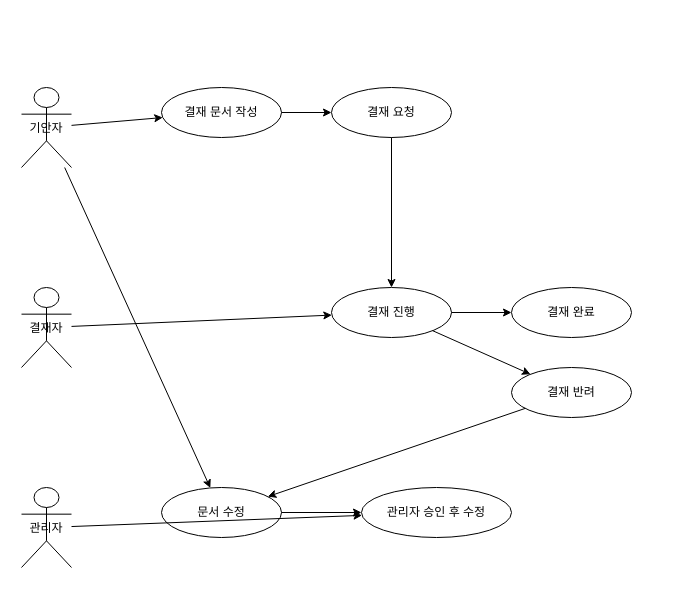
Before: document/다이어그램_결재함관리.drawio in sunday1284/jsp_spring02, a draw.io diagram. Source tidied: cells renumbered, new cells numbered last; positions are measured from the earlier drawing's top-left corner, leaving out a move shared by most shapes. Both pictures are drawn from the tidied source at 100%, with x=0, y=0 at pixel (21, 87).
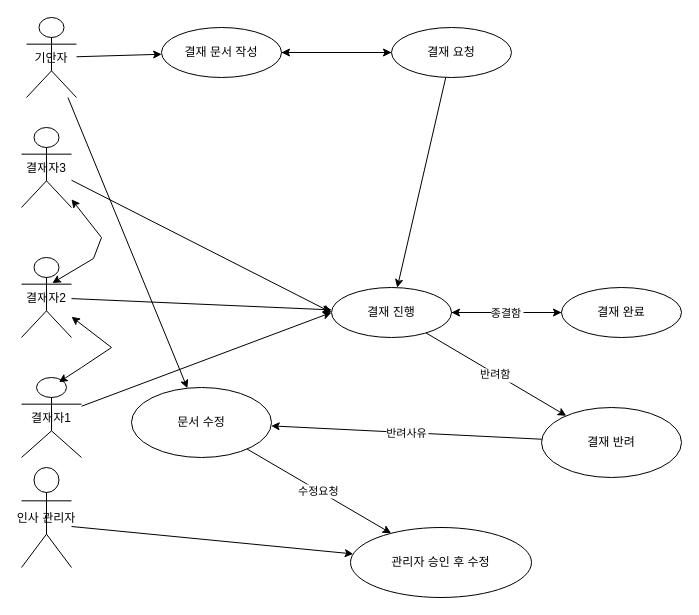
After the change.

Commit message:
다이어그램_결재함관리.drawio 업데이트

Unchanged cells that the change refers to:
```xml
<mxCell id="9" value="결재 진행" style="ellipse;whiteSpace=wrap;html=1;" parent="1" vertex="1">
  <mxGeometry x="310" y="200" width="120" height="50" as="geometry" />
</mxCell>
```

The edit, as a diff of the source:
```diff
@@
     <mxCell id="2" value="기안자" style="shape=umlActor;" parent="1" vertex="1">
-      <mxGeometry width="50" height="80" as="geometry" />
+      <mxGeometry x="5" y="-70" width="50" height="80" as="geometry" />
     </mxCell>
-    <mxCell id="3" value="결재자" style="shape=umlActor;" parent="1" vertex="1">
-      <mxGeometry y="200" width="50" height="80" as="geometry" />
+    <mxCell id="3" value="결재자2" style="shape=umlActor;" parent="1" vertex="1">
+      <mxGeometry y="170" width="50" height="80" as="geometry" />
     </mxCell>
-    <mxCell id="4" value="관리자" style="shape=umlActor;" parent="1" vertex="1">
-      <mxGeometry y="400" width="50" height="80" as="geometry" />
+    <mxCell id="4" value="인사 관리자" style="shape=umlActor;" parent="1" vertex="1">
+      <mxGeometry y="380" width="50" height="100" as="geometry" />
     </mxCell>
     <mxCell id="5" value="결재 문서 작성" style="ellipse;whiteSpace=wrap;html=1;" parent="1" vertex="1">
-      <mxGeometry x="140" width="120" height="50" as="geometry" />
+      <mxGeometry x="140" y="-60" width="120" height="50" as="geometry" />
     </mxCell>
@@
+    <mxCell id="22" style="edgeStyle=orthogonalEdgeStyle;rounded=0;jettySize=auto;html=1;" parent="1" edge="1" source="7" target="5">
+      <mxGeometry relative="1" as="geometry" />
+    </mxCell>
     <mxCell id="7" value="결재 요청" style="ellipse;whiteSpace=wrap;html=1;" parent="1" vertex="1">
-      <mxGeometry x="310" width="120" height="50" as="geometry" />
+      <mxGeometry x="370" y="-60" width="120" height="50" as="geometry" />
     </mxCell>
@@
+    <mxCell id="23" style="edgeStyle=orthogonalEdgeStyle;rounded=0;jettySize=auto;html=1;" parent="1" edge="1" source="12" target="9">
+      <mxGeometry relative="1" as="geometry" />
+    </mxCell>
     <mxCell id="12" value="결재 완료" style="ellipse;whiteSpace=wrap;html=1;" parent="1" vertex="1">
-      <mxGeometry x="490" y="200" width="120" height="50" as="geometry" />
+      <mxGeometry x="540" y="200" width="120" height="50" as="geometry" />
     </mxCell>
-    <mxCell id="13" parent="1" edge="1" source="9" target="12">
+    <mxCell id="13" value="종결함" parent="1" edge="1" source="9" target="12">
       <mxGeometry relative="1" as="geometry" />
     </mxCell>
     <mxCell id="14" value="결재 반려" style="ellipse;whiteSpace=wrap;html=1;" parent="1" vertex="1">
-      <mxGeometry x="490" y="280" width="120" height="50" as="geometry" />
+      <mxGeometry x="520" y="320" width="140" height="70" as="geometry" />
     </mxCell>
-    <mxCell id="15" parent="1" edge="1" source="9" target="14">
+    <mxCell id="15" value="반려함" style="align=center;" parent="1" edge="1" source="9" target="14">
       <mxGeometry relative="1" as="geometry" />
     </mxCell>
     <mxCell id="16" value="문서 수정" style="ellipse;whiteSpace=wrap;html=1;" parent="1" vertex="1">
-      <mxGeometry x="140" y="400" width="120" height="50" as="geometry" />
+      <mxGeometry x="110" y="300" width="140" height="70" as="geometry" />
     </mxCell>
@@
-    <mxCell id="18" parent="1" edge="1" source="14" target="16">
+    <mxCell id="18" value="반려사유" parent="1" edge="1" source="14" target="16">
       <mxGeometry relative="1" as="geometry" />
     </mxCell>
     <mxCell id="19" value="관리자 승인 후 수정" style="ellipse;whiteSpace=wrap;html=1;" parent="1" vertex="1">
-      <mxGeometry x="340" y="400" width="150" height="50" as="geometry" />
+      <mxGeometry x="329" y="440" width="181" height="70" as="geometry" />
     </mxCell>
-    <mxCell id="20" parent="1" edge="1" source="16" target="19">
+    <mxCell id="20" value="수정요청" parent="1" edge="1" source="16" target="19">
       <mxGeometry relative="1" as="geometry" />
     </mxCell>
-    <mxCell id="21" parent="1" edge="1" source="4" target="19">
-      <mxGeometry relative="1" as="geometry" />
+    <mxCell id="21" parent="1" edge="1" target="19">
+      <mxGeometry relative="1" as="geometry">
+        <mxPoint x="50" y="439" as="sourcePoint" />
+      </mxGeometry>
     </mxCell>
+    <mxCell id="24" value="결재자3" style="shape=umlActor;" parent="1" vertex="1">
+      <mxGeometry y="40" width="50" height="80" as="geometry" />
+    </mxCell>
+    <mxCell id="25" value="결재자1" style="shape=umlActor;" parent="1" vertex="1">
+      <mxGeometry y="290" width="60" height="80" as="geometry" />
+    </mxCell>
+    <mxCell id="26" style="entryX=0;entryY=0.5;entryDx=0;entryDy=0;" parent="1" edge="1" source="24" target="9">
+      <mxGeometry relative="1" as="geometry" />
+    </mxCell>
+    <mxCell id="27" style="entryX=0;entryY=0.5;entryDx=0;entryDy=0;" parent="1" edge="1" source="25" target="9">
+      <mxGeometry relative="1" as="geometry" />
+    </mxCell>
+    <mxCell id="28" style="endArrow=classic;startArrow=classic;html=1;rounded=0;exitX=0.625;exitY=0.058;exitDx=0;exitDy=0;exitPerimeter=0;" parent="1" edge="1" source="25" target="3">
+      <mxGeometry relative="1" as="geometry">
+        <Array as="points">
+          <mxPoint x="60" y="280" />
+          <mxPoint x="90" y="260" />
+        </Array>
+      </mxGeometry>
+    </mxCell>
+    <mxCell id="29" style="endArrow=classic;startArrow=classic;html=1;rounded=0;exitX=0.617;exitY=0.319;exitDx=0;exitDy=0;exitPerimeter=0;" parent="1" edge="1" source="3" target="24">
+      <mxGeometry relative="1" as="geometry">
+        <Array as="points">
+          <mxPoint x="72" y="171" />
+          <mxPoint x="80" y="150" />
+        </Array>
+      </mxGeometry>
+    </mxCell>
```
